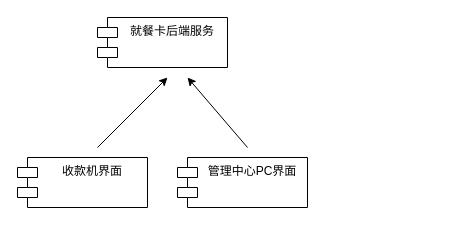
Earlier version of the draw.io diagram page "第 2 页" (2 of 3) of card1.drawio (hejian991/bigdata-notebook). Source tidied: cells renumbered, new cells numbered last; positions are measured from the earlier drawing's top-left corner, leaving out a move shared by most shapes. Both pictures are drawn from the tidied source at 100%, with x=0, y=0 at pixel (17, 17).
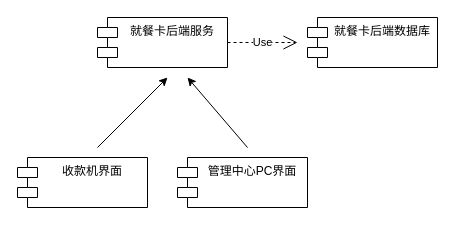
Above is the later version.

What changed in the source:
```diff
@@
 <mxGraphModel>
   <root>
     <mxCell id="0" />
     <mxCell id="1" parent="0" />
     <mxCell id="2" value="收款机界面" style="shape=module;align=left;spacingLeft=20;align=center;verticalAlign=top;" parent="1" vertex="1">
       <mxGeometry y="140" width="130" height="50" as="geometry" />
     </mxCell>
     <mxCell id="3" value="管理中心PC界面" style="shape=module;align=left;spacingLeft=20;align=center;verticalAlign=top;" parent="1" vertex="1">
       <mxGeometry x="160" y="140" width="130" height="50" as="geometry" />
     </mxCell>
     <mxCell id="4" value="就餐卡后端服务" style="shape=module;align=left;spacingLeft=20;align=center;verticalAlign=top;" parent="1" vertex="1">
       <mxGeometry x="80" width="130" height="50" as="geometry" />
     </mxCell>
     <mxCell id="5" style="endArrow=classic;html=1;" parent="1" edge="1">
       <mxGeometry relative="1" as="geometry">
         <mxPoint x="80" y="130" as="sourcePoint" />
         <mxPoint x="150" y="60" as="targetPoint" />
       </mxGeometry>
     </mxCell>
     <mxCell id="6" style="endArrow=classic;html=1;" parent="1" edge="1">
       <mxGeometry relative="1" as="geometry">
         <mxPoint x="230" y="130" as="sourcePoint" />
         <mxPoint x="170" y="60" as="targetPoint" />
       </mxGeometry>
     </mxCell>
+    <mxCell id="7" value="就餐卡后端数据库" style="shape=module;align=left;spacingLeft=20;align=center;verticalAlign=top;" parent="1" vertex="1">
+      <mxGeometry x="290" width="130" height="50" as="geometry" />
+    </mxCell>
+    <mxCell id="8" value="Use" style="endArrow=open;endSize=12;dashed=1;html=1;exitX=1;exitY=0.5;exitDx=0;exitDy=0;" parent="1" edge="1" source="4">
+      <mxGeometry relative="1" as="geometry">
+        <mxPoint x="280" y="25" as="targetPoint" />
+      </mxGeometry>
+    </mxCell>
   </root>
 </mxGraphModel>
```
